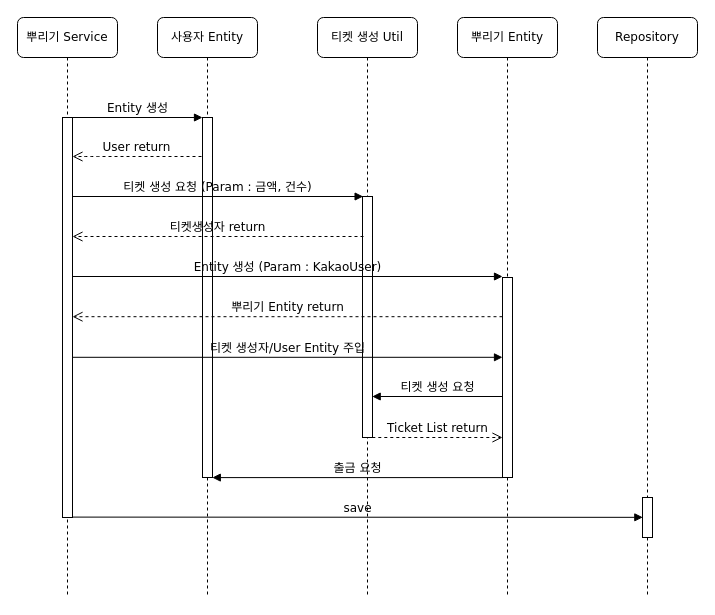
Before: spread.drawio in geeshow/MoneySpreader, a draw.io diagram. Source tidied: cells renumbered, new cells numbered last; positions are measured from the earlier drawing's top-left corner, leaving out a move shared by most shapes. Both pictures are drawn from the tidied source at 100%, with x=0, y=0 at pixel (17, 17).
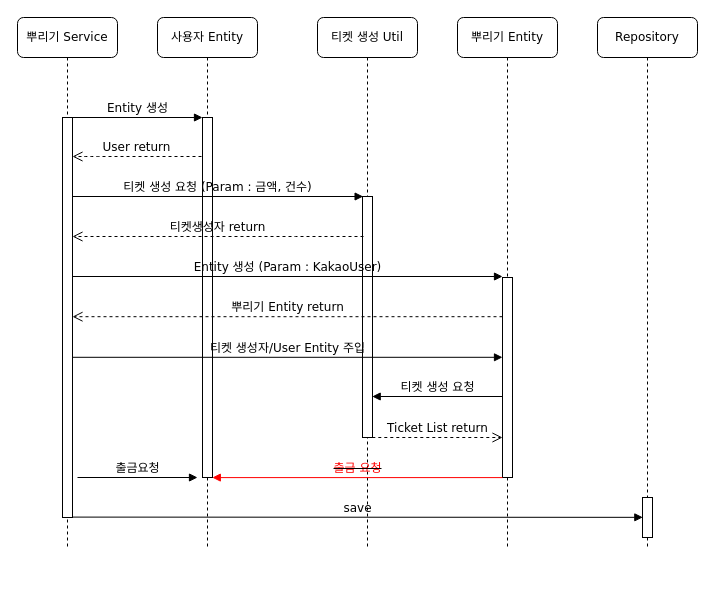
Above is the later version.

Change to the diagram source:
```diff
@@
     <mxCell id="2" value="사용자 Entity" style="shape=umlLifeline;perimeter=lifelinePerimeter;whiteSpace=wrap;html=1;rounded=1;shadow=0;comic=0;labelBackgroundColor=none;strokeWidth=1;fontFamily=Verdana;fontSize=12;align=center;" parent="1" vertex="1">
-      <mxGeometry x="140" width="100" height="580" as="geometry" />
+      <mxGeometry x="140" width="100" height="530" as="geometry" />
     </mxCell>
@@
     <mxCell id="4" value="티켓 생성 Util" style="shape=umlLifeline;perimeter=lifelinePerimeter;whiteSpace=wrap;html=1;rounded=1;shadow=0;comic=0;labelBackgroundColor=none;strokeWidth=1;fontFamily=Verdana;fontSize=12;align=center;" parent="1" vertex="1">
-      <mxGeometry x="300" width="100" height="580" as="geometry" />
+      <mxGeometry x="300" width="100" height="530" as="geometry" />
     </mxCell>
@@
     <mxCell id="6" value="뿌리기 Entity" style="shape=umlLifeline;perimeter=lifelinePerimeter;whiteSpace=wrap;html=1;rounded=1;shadow=0;comic=0;labelBackgroundColor=none;strokeWidth=1;fontFamily=Verdana;fontSize=12;align=center;" parent="1" vertex="1">
-      <mxGeometry x="440" width="100" height="580" as="geometry" />
+      <mxGeometry x="440" width="100" height="530" as="geometry" />
     </mxCell>
     <mxCell id="7" value="Repository" style="shape=umlLifeline;perimeter=lifelinePerimeter;whiteSpace=wrap;html=1;rounded=1;shadow=0;comic=0;labelBackgroundColor=none;strokeWidth=1;fontFamily=Verdana;fontSize=12;align=center;" parent="1" vertex="1">
-      <mxGeometry x="580" width="100" height="580" as="geometry" />
+      <mxGeometry x="580" width="100" height="530" as="geometry" />
     </mxCell>
@@
     <mxCell id="9" value="뿌리기 Service" style="shape=umlLifeline;perimeter=lifelinePerimeter;whiteSpace=wrap;html=1;rounded=1;shadow=0;comic=0;labelBackgroundColor=none;strokeWidth=1;fontFamily=Verdana;fontSize=12;align=center;" parent="1" vertex="1">
-      <mxGeometry width="100" height="580" as="geometry" />
+      <mxGeometry width="100" height="530" as="geometry" />
     </mxCell>
@@
-    <mxCell id="20" value="출금 요청" style="html=1;verticalAlign=bottom;endArrow=block;labelBackgroundColor=none;fontFamily=Verdana;fontSize=12;edgeStyle=elbowEdgeStyle;elbow=vertical;entryX=0.978;entryY=0.727;entryDx=0;entryDy=0;entryPerimeter=0;" parent="1" edge="1">
+    <mxCell id="20" value="&lt;strike&gt;&lt;font color=&quot;#ff0000&quot;&gt;출금 요청&lt;/font&gt;&lt;/strike&gt;" style="html=1;verticalAlign=bottom;endArrow=block;labelBackgroundColor=none;fontFamily=Verdana;fontSize=12;edgeStyle=elbowEdgeStyle;elbow=vertical;entryX=0.978;entryY=0.727;entryDx=0;entryDy=0;entryPerimeter=0;strokeColor=#FF0000;" parent="1" edge="1">
       <mxGeometry relative="1" as="geometry">
         <mxPoint x="485" y="460.1" as="sourcePoint" />
         <mxPoint x="194.8" y="460" as="targetPoint" />
         <Array as="points">
           <mxPoint x="420.5" y="460.1" />
           <mxPoint x="440.5" y="657.1" />
           <mxPoint x="370.5" y="657.1" />
         </Array>
       </mxGeometry>
     </mxCell>
@@
+    <mxCell id="23" value="출금요청" style="html=1;verticalAlign=bottom;endArrow=block;labelBackgroundColor=none;fontFamily=Verdana;fontSize=12;" parent="1" edge="1">
+      <mxGeometry relative="1" as="geometry">
+        <mxPoint x="60" y="460" as="sourcePoint" />
+        <mxPoint x="180" y="460" as="targetPoint" />
+      </mxGeometry>
+    </mxCell>
```
